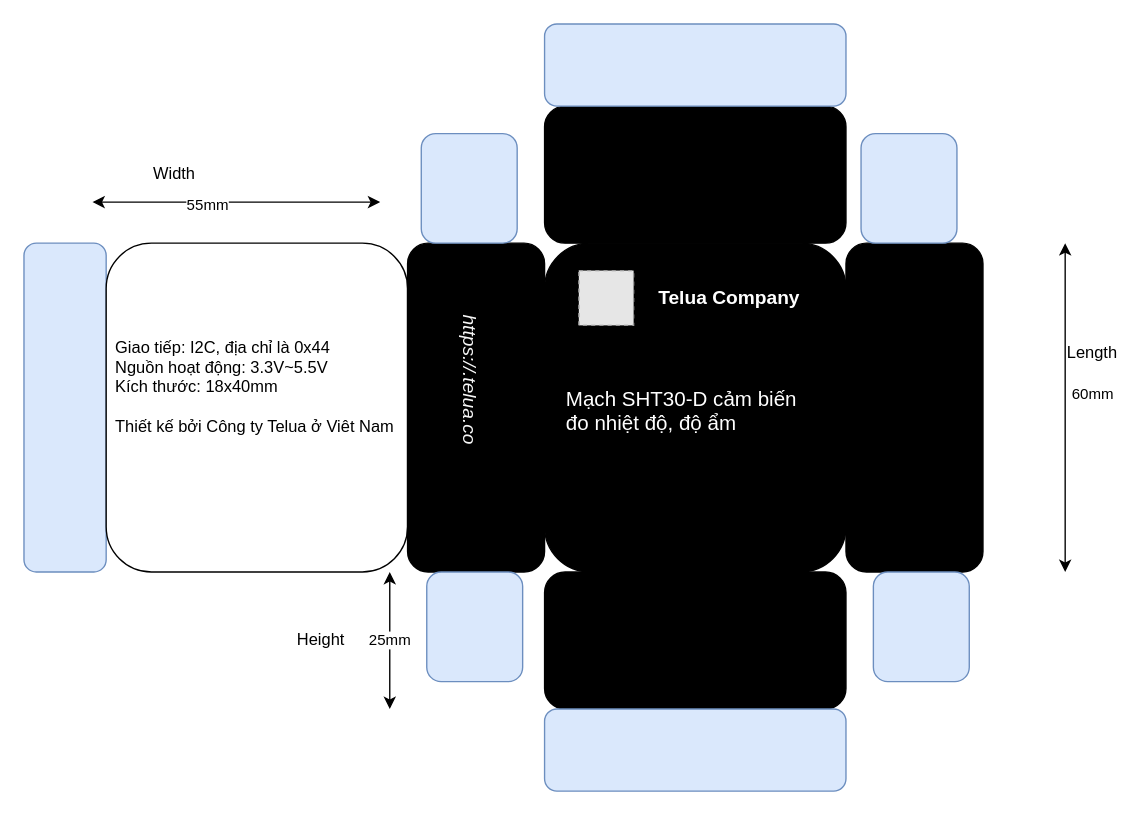
Above: hopnhua/box.drawio in letrthong/sensor_docs (draw.io), before the change. Source tidied: cells renumbered, new cells numbered last; positions are measured from the earlier drawing's top-left corner, leaving out a move shared by most shapes. Both pictures are drawn from the tidied source at 137%, with x=0, y=0 at pixel (23, 23). Pictures stored in the file or linked from it are replaced by grey dashed boxes.
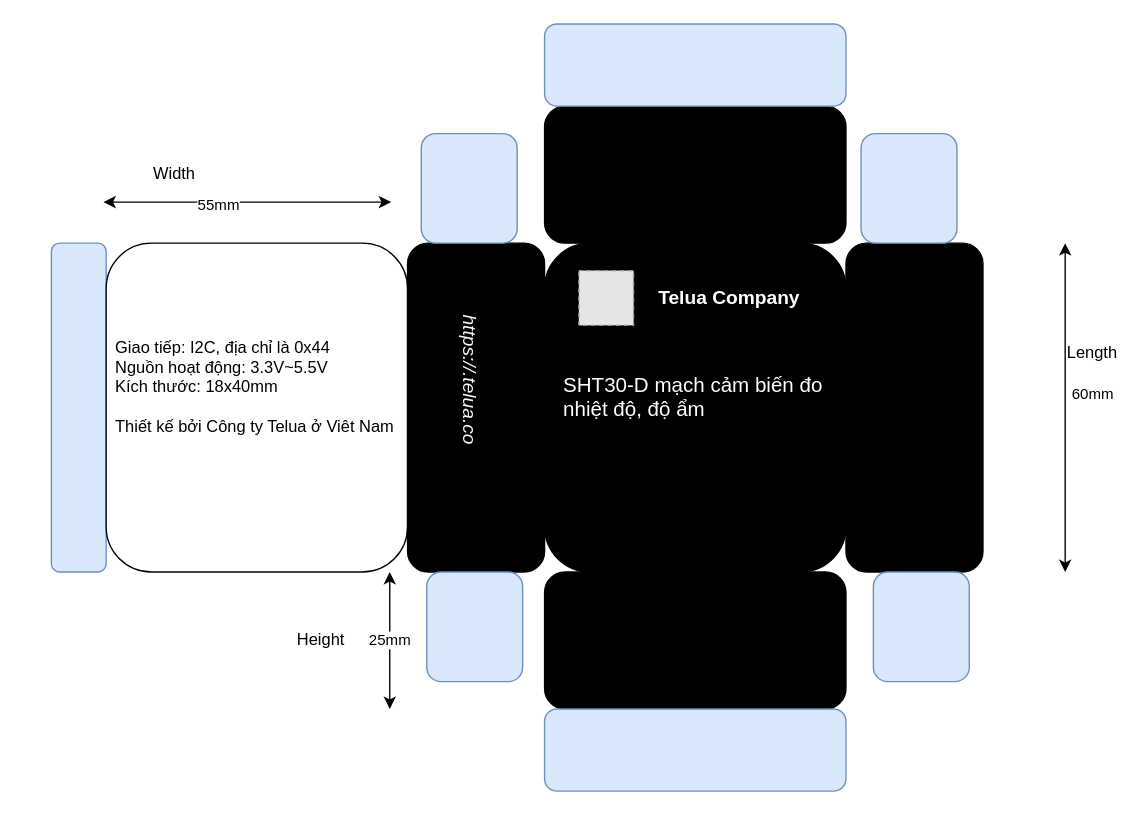
The same page after the edit.

Change to the diagram source:
```diff
@@
     <mxCell id="2" style="rounded=1;whiteSpace=wrap;html=1;strokeColor=#6c8ebf;fillColor=#dae8fc;" parent="1" vertex="1">
-      <mxGeometry y="160" width="60" height="240" as="geometry" />
+      <mxGeometry x="20" y="160" width="40" height="240" as="geometry" />
     </mxCell>
@@
     <mxCell id="13" style="endArrow=classic;startArrow=classic;html=1;" parent="1" edge="1">
       <mxGeometry relative="1" as="geometry">
-        <mxPoint x="50" y="130" as="sourcePoint" />
-        <mxPoint x="260" y="130" as="targetPoint" />
+        <mxPoint x="58" y="130" as="sourcePoint" />
+        <mxPoint x="268" y="130" as="targetPoint" />
       </mxGeometry>
     </mxCell>
@@
-    <mxCell id="26" value="&lt;div style=&quot;text-align: left&quot;&gt;&lt;span style=&quot;font-size: 15px ; color: rgb(255 , 255 , 255)&quot;&gt;Mạch SHT30-D cảm biến đo nhiệt độ, độ ẩm&lt;/span&gt;&lt;/div&gt;&lt;font color=&quot;#ffffff&quot; style=&quot;font-size: 15px&quot;&gt;&lt;br&gt;&lt;br&gt;&lt;/font&gt;" style="text;html=1;strokeColor=none;fillColor=none;align=center;verticalAlign=middle;whiteSpace=wrap;rounded=0;" parent="1" vertex="1">
-      <mxGeometry x="395" y="250" width="190" height="100" as="geometry" />
+    <mxCell id="26" value="&lt;div style=&quot;text-align: left&quot;&gt;&lt;span style=&quot;font-size: 15px ; color: rgb(255 , 255 , 255)&quot;&gt;SHT30-D mạch cảm biến đo nhiệt độ, độ ẩm&lt;/span&gt;&lt;/div&gt;&lt;font color=&quot;#ffffff&quot; style=&quot;font-size: 15px&quot;&gt;&lt;br&gt;&lt;br&gt;&lt;/font&gt;" style="text;html=1;strokeColor=none;fillColor=none;align=center;verticalAlign=middle;whiteSpace=wrap;rounded=0;" parent="1" vertex="1">
+      <mxGeometry x="392.5" y="240" width="195" height="100" as="geometry" />
     </mxCell>
```
